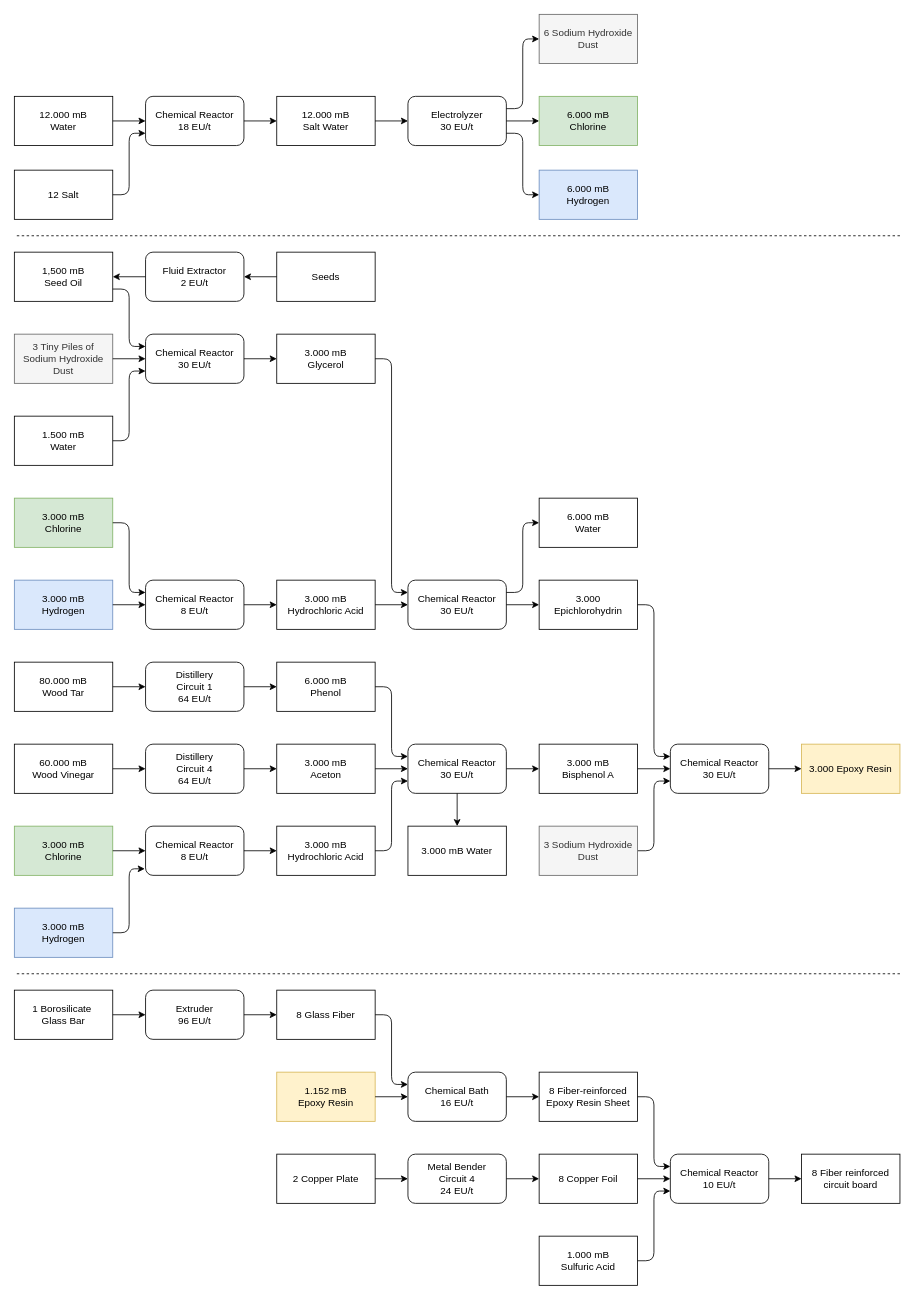
Before: config/Untitled Diagram.drawio in Giovanni-NL/NewHorizons, a draw.io diagram. Source tidied: cells renumbered, new cells numbered last; positions are measured from the earlier drawing's top-left corner, leaving out a move shared by most shapes. Both pictures are drawn from the tidied source at 82%, with x=0, y=0 at pixel (14, 14).
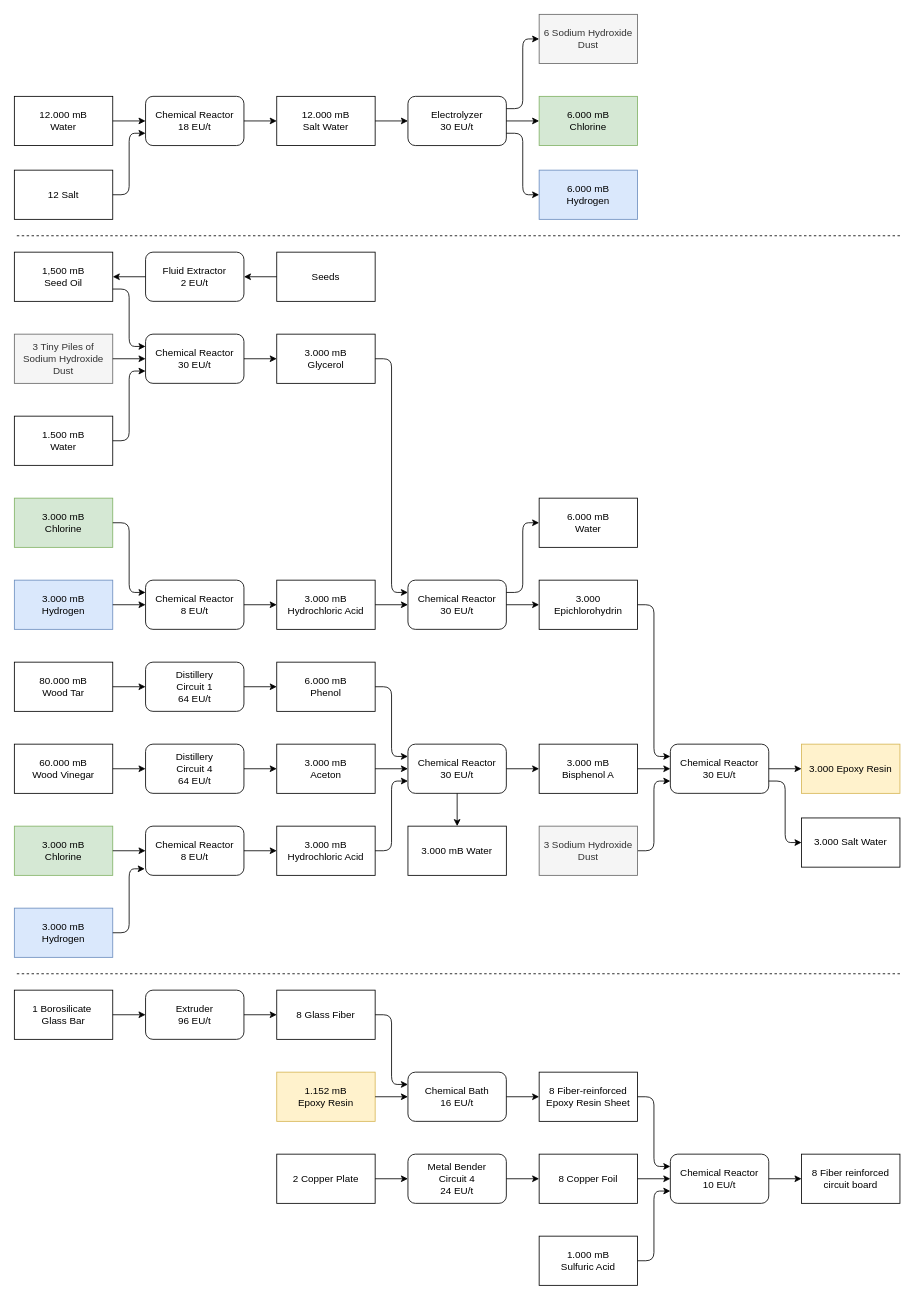
The same page after the edit.

The change refers to these unchanged cells:
```xml
<mxCell id="26" value="Chemical Reactor&lt;br&gt;30 EU/t&lt;br&gt;" style="rounded=1;whiteSpace=wrap;html=1;" parent="1" vertex="1">
  <mxGeometry x="800" y="890" width="120" height="60" as="geometry" />
</mxCell>
```

Diff of the diagram source:
```diff
@@
+    <mxCell id="101" value="3.000 Salt Water" style="rounded=0;whiteSpace=wrap;html=1;" parent="1" vertex="1">
+      <mxGeometry x="960" y="980" width="120" height="60" as="geometry" />
+    </mxCell>
+    <mxCell id="102" style="endArrow=classic;html=1;entryX=0;entryY=0.5;entryDx=0;entryDy=0;exitX=1;exitY=0.75;exitDx=0;exitDy=0;edgeStyle=orthogonalEdgeStyle;" parent="1" edge="1" source="26" target="101">
+      <mxGeometry relative="1" as="geometry" />
+    </mxCell>
```
